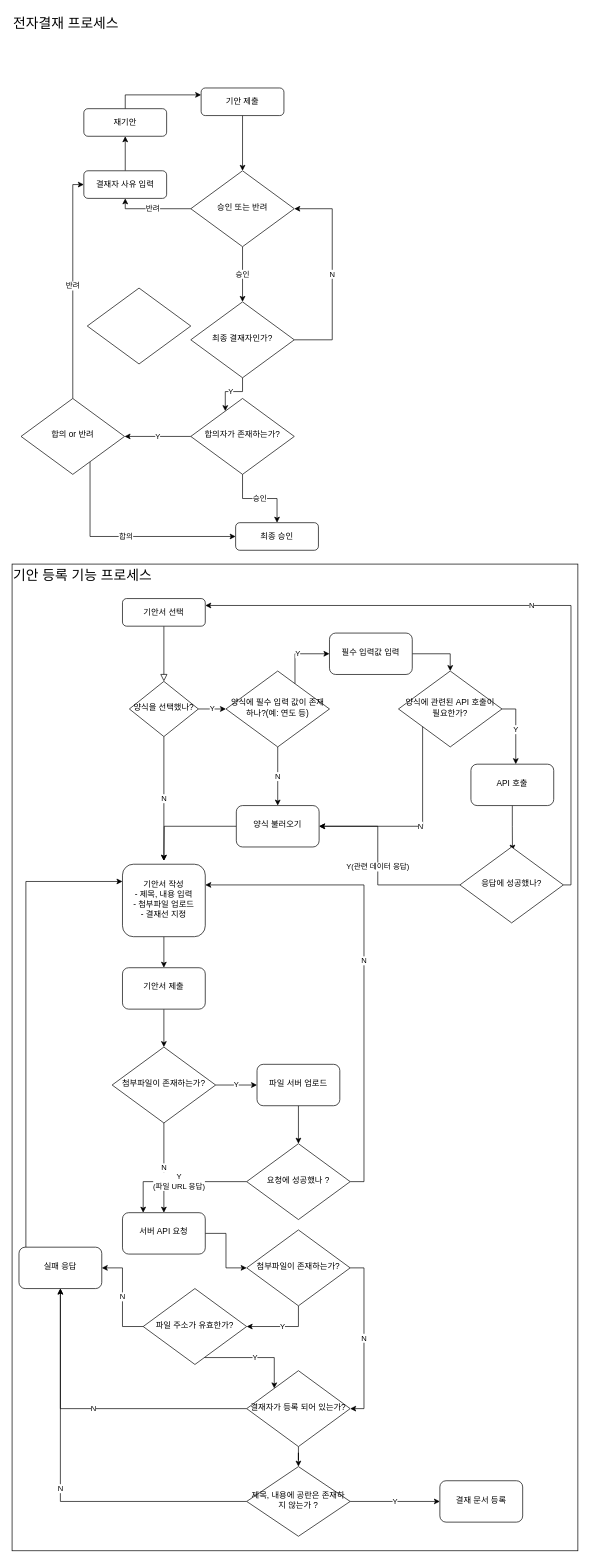
kikii-develope/system_architecture_design keeps this draw.io diagram as approval_flow_chart.drawio. Above is the earlier version. Source tidied: cells renumbered, new cells numbered last; positions are measured from the earlier drawing's top-left corner, leaving out a move shared by most shapes. Both pictures are drawn from the tidied source at 69%, with x=0, y=0 at pixel (12, 12).
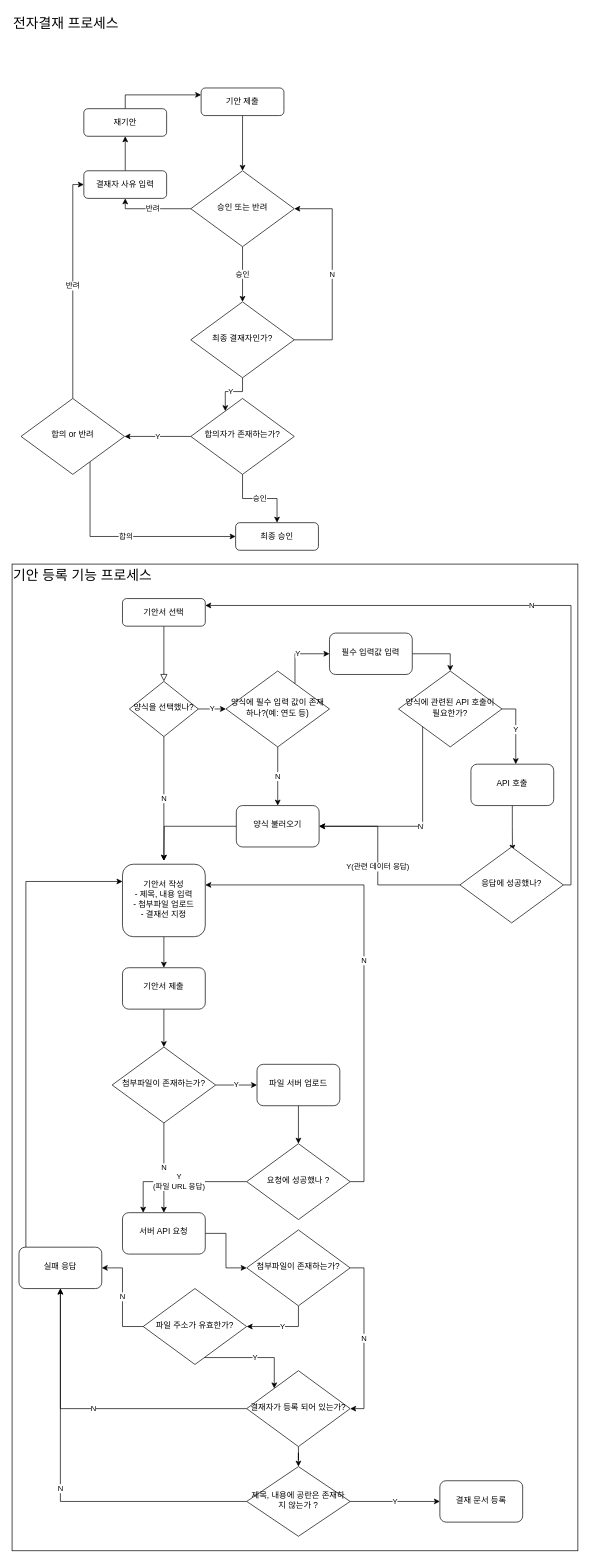
After the change.

Commit message:
불필요한 컴포넌트삭제

The edit, as a diff of the source:
```diff
@@
-    <mxCell id="74" style="rhombus;whiteSpace=wrap;html=1;shadow=0;fontFamily=Helvetica;fontSize=12;align=center;strokeWidth=1;spacing=6;spacingTop=-4;" parent="1" vertex="1">
-      <mxGeometry x="109" y="400" width="150" height="110" as="geometry" />
-    </mxCell>
```
